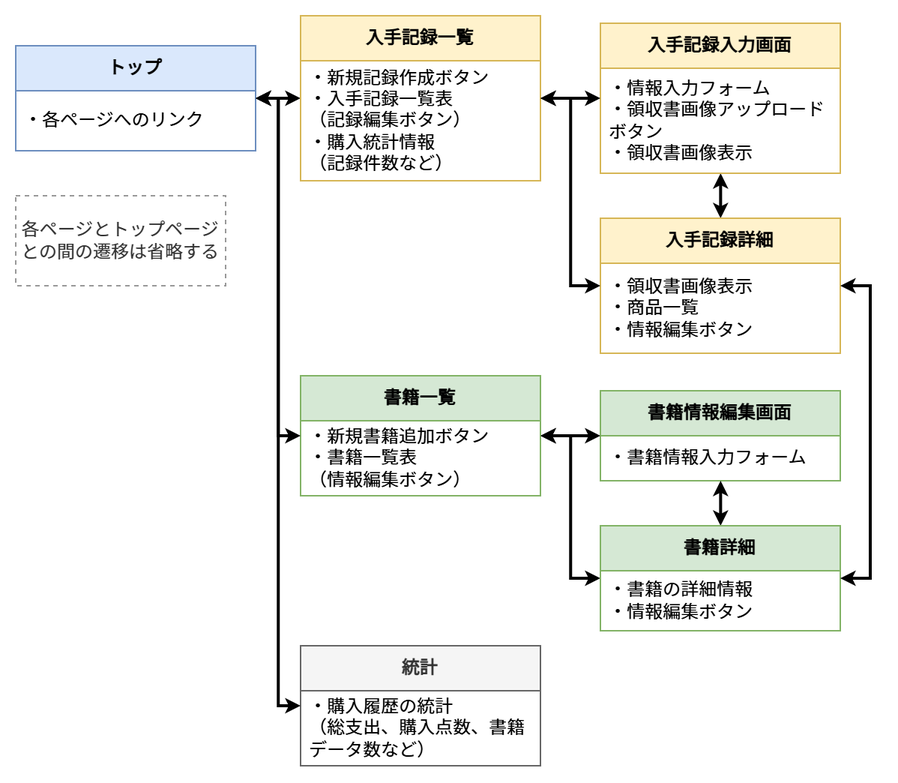
The draw.io diagram docs/画面遷移図.drawio.png in sm-miki/LivreRecords, before a commit. Source tidied: cells renumbered, new cells last; positions are measured from the earlier drawing's top-left corner, leaving out a move shared by most shapes.
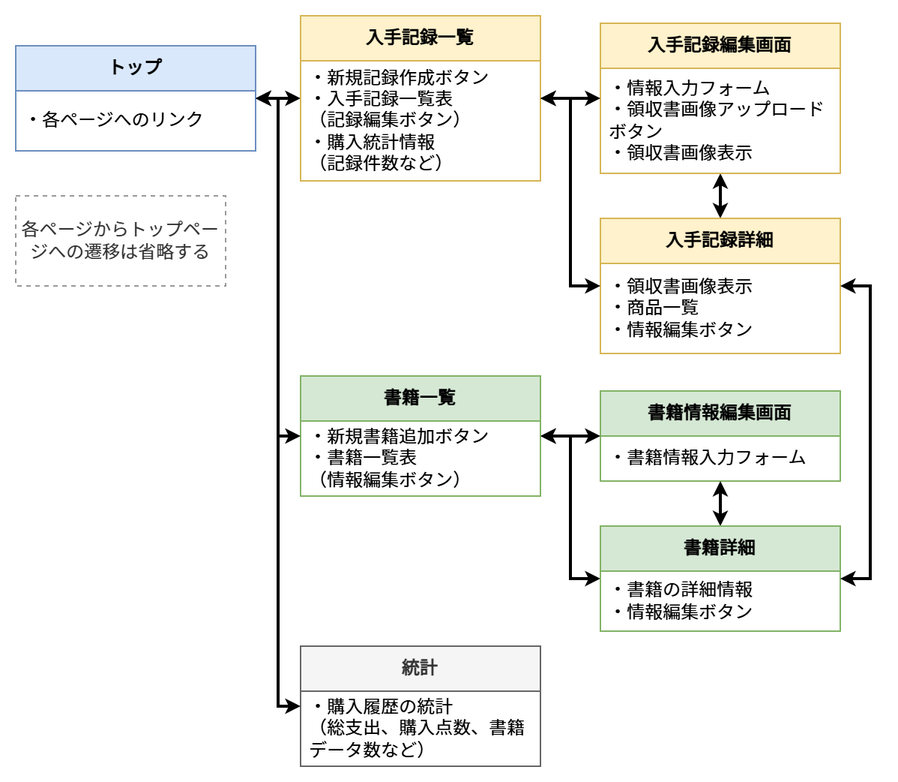
The same file after the commit.

Commit message:
update: "入力画面" を "編集画面" に統一

What changed in the source:
```diff
@@ -56,7 +56,7 @@
     <mxCell id="19" value="・書籍の詳細情報&lt;br&gt;・情報編集ボタン" style="text;strokeColor=none;fillColor=none;align=left;verticalAlign=middle;spacingLeft=4;spacingRight=4;overflow=hidden;whiteSpace=wrap;html=1;" parent="18" vertex="1">
       <mxGeometry y="30" width="160" height="40" as="geometry" />
     </mxCell>
-    <mxCell id="20" value="&lt;b&gt;入手記録入力画面&lt;/b&gt;" style="swimlane;fontStyle=0;horizontal=1;startSize=30;whiteSpace=wrap;html=1;fillColor=#fff2cc;strokeColor=#d6b656;" parent="1" vertex="1">
+    <mxCell id="20" value="&lt;b&gt;入手記録編集画面&lt;/b&gt;" style="swimlane;fontStyle=0;horizontal=1;startSize=30;whiteSpace=wrap;html=1;fillColor=#fff2cc;strokeColor=#d6b656;" parent="1" vertex="1">
       <mxGeometry x="390" y="5" width="160" height="100" as="geometry" />
     </mxCell>
     <mxCell id="21" value="・情報入力フォーム&lt;br&gt;・領収書画像アップロードボタン&lt;br&gt;・領収書画像表示" style="text;strokeColor=none;fillColor=none;align=left;verticalAlign=middle;spacingLeft=4;spacingRight=4;overflow=hidden;whiteSpace=wrap;html=1;" parent="20" vertex="1">
@@ -84,7 +84,7 @@
         </Array>
       </mxGeometry>
     </mxCell>
-    <mxCell id="28" value="各ページとトップページとの間の遷移は省略する" style="text;html=1;align=center;verticalAlign=middle;whiteSpace=wrap;rounded=0;dashed=1;strokeColor=#999999;fillColor=none;fontColor=#333333;" parent="1" vertex="1">
+    <mxCell id="28" value="各ページから&lt;span style=&quot;background-color: transparent; color: light-dark(rgb(51, 51, 51), rgb(193, 193, 193));&quot;&gt;トップページへの&lt;/span&gt;&lt;span style=&quot;background-color: transparent; color: light-dark(rgb(51, 51, 51), rgb(193, 193, 193));&quot;&gt;遷移は省略する&lt;/span&gt;" style="text;html=1;align=center;verticalAlign=middle;whiteSpace=wrap;rounded=0;dashed=1;strokeColor=#999999;fillColor=none;fontColor=#333333;" parent="1" vertex="1">
       <mxGeometry y="120" width="140" height="60" as="geometry" />
     </mxCell>
   </root>
```
